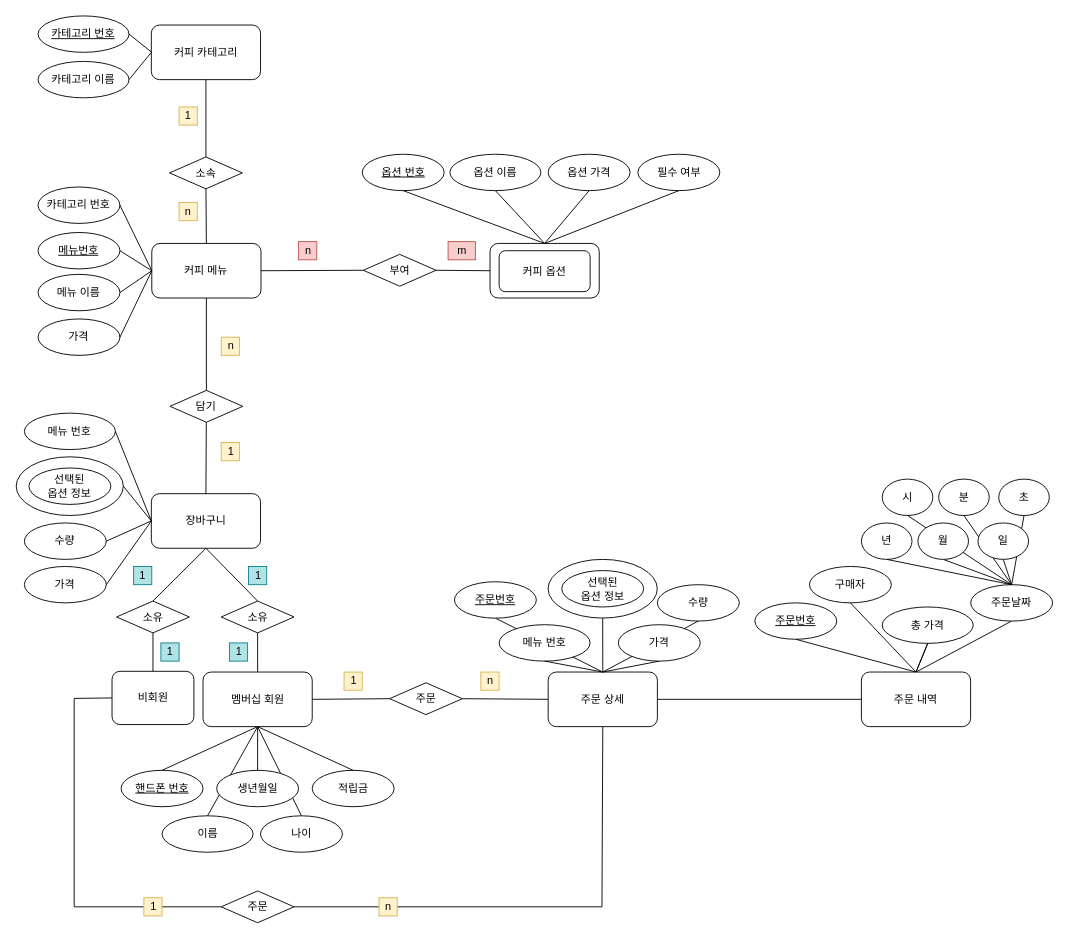
The draw.io diagram cafe.drawio in jdohun/22-1Database, before the edit. Source tidied: cells renumbered, new cells numbered last; positions are measured from the earlier drawing's top-left corner, leaving out a move shared by most shapes. Both pictures are drawn from the tidied source at 91%, with x=0, y=0 at pixel (15, 15).
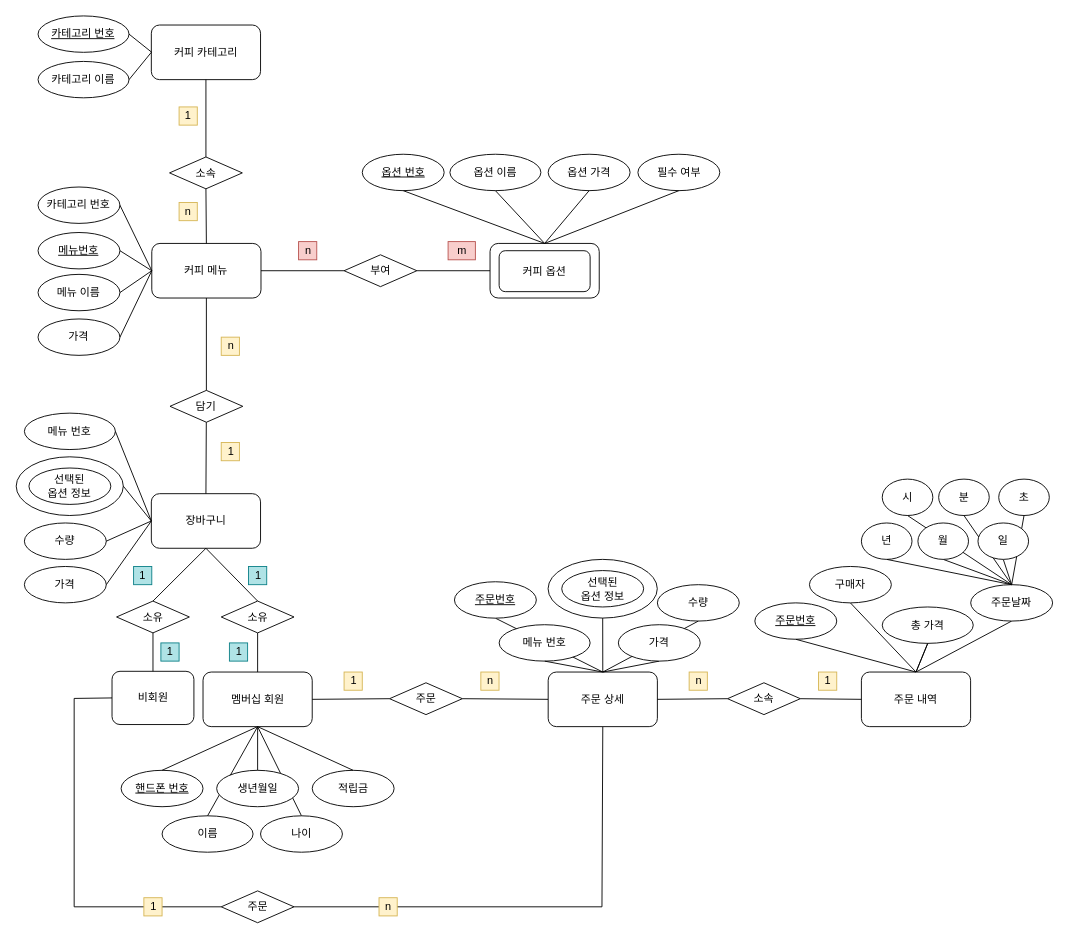
After the change.

The change refers to these unchanged cells:
```xml
<mxCell id="18" value="주문 내역" style="rounded=1;whiteSpace=wrap;html=1;" parent="1" vertex="1">
  <mxGeometry x="929.1" y="721" width="120" height="60" as="geometry" />
</mxCell>
<mxCell id="99" value="주문 상세" style="rounded=1;whiteSpace=wrap;html=1;" parent="1" vertex="1">
  <mxGeometry x="584.9" y="721" width="120" height="60" as="geometry" />
</mxCell>
```

The edit, as a diff of the source:
```diff
@@
     <mxCell id="31" value="부여" style="rhombus;whiteSpace=wrap;html=1;rounded=0;" parent="1" vertex="1">
-      <mxGeometry x="381.7" y="262" width="80" height="35" as="geometry" />
+      <mxGeometry x="360.6" y="262.5" width="80" height="35" as="geometry" />
     </mxCell>
@@
-    <mxCell id="119" style="endArrow=none;html=1;rounded=0;entryX=1;entryY=0.5;entryDx=0;entryDy=0;exitX=0;exitY=0.5;exitDx=0;exitDy=0;" parent="1" edge="1" source="18" target="99">
+    <mxCell id="119" style="endArrow=none;html=1;rounded=0;entryX=1;entryY=0.5;entryDx=0;entryDy=0;exitX=0;exitY=0.5;exitDx=0;exitDy=0;startArrow=none;" parent="1" edge="1" source="120" target="99">
       <mxGeometry relative="1" as="geometry" />
     </mxCell>
+    <mxCell id="120" value="소속" style="rhombus;whiteSpace=wrap;html=1;rounded=0;" parent="1" vertex="1">
+      <mxGeometry x="782" y="732.8" width="80" height="35" as="geometry" />
+    </mxCell>
+    <mxCell id="121" style="endArrow=none;html=1;rounded=0;entryX=1;entryY=0.5;entryDx=0;entryDy=0;exitX=0;exitY=0.5;exitDx=0;exitDy=0;" parent="1" edge="1" source="18" target="120">
+      <mxGeometry relative="1" as="geometry" />
+    </mxCell>
+    <mxCell id="122" value="1" style="text;html=1;align=center;verticalAlign=middle;strokeColor=#d6b656;fillColor=#fff2cc;" parent="1" vertex="1">
+      <mxGeometry x="882" y="721" width="20" height="20" as="geometry" />
+    </mxCell>
+    <mxCell id="123" value="n" style="text;html=1;align=center;verticalAlign=middle;strokeColor=#d6b656;fillColor=#fff2cc;" parent="1" vertex="1">
+      <mxGeometry x="739.8" y="721" width="20" height="20" as="geometry" />
+    </mxCell>
```
